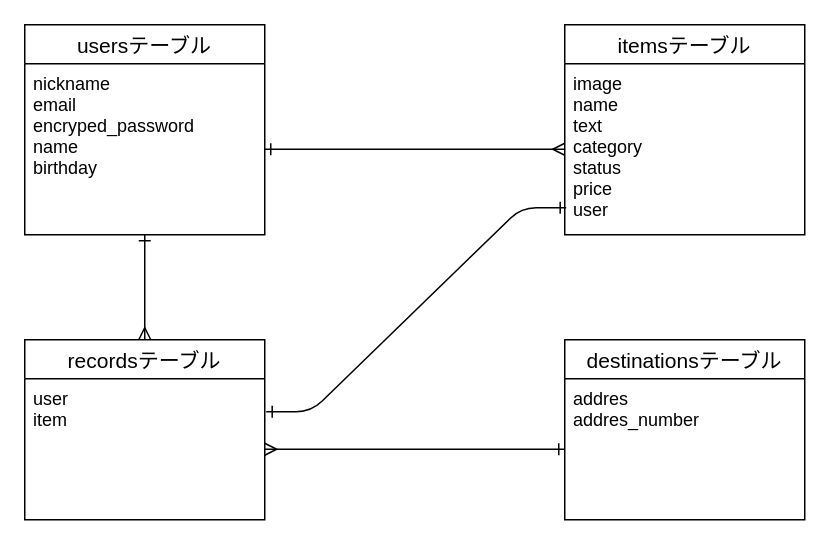
Earlier version of the draw.io diagram datebase.dio (naoki-kanayama/furima-36727). Source tidied: cells renumbered, new cells numbered last; positions are measured from the earlier drawing's top-left corner, leaving out a move shared by most shapes. Both pictures are drawn from the tidied source at 150%, with x=0, y=0 at pixel (24, 24).
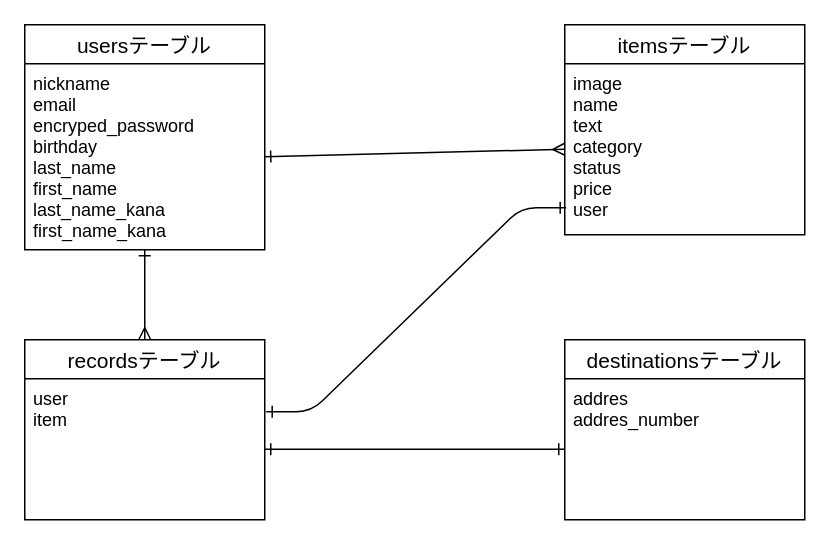
The same page after the edit.

The edit, as a diff of the source:
```diff
@@
 <mxGraphModel>
   <root>
     <mxCell id="0" />
     <mxCell id="1" parent="0" />
     <mxCell id="2" style="edgeStyle=none;rounded=0;jettySize=auto;html=1;startArrow=ERone;startFill=0;endArrow=ERmany;endFill=0;entryX=0.5;entryY=0;entryDx=0;entryDy=0;" parent="1" edge="1" source="3" target="7">
       <mxGeometry relative="1" as="geometry" />
     </mxCell>
     <mxCell id="3" value="usersテーブル" style="swimlane;fontStyle=0;horizontal=1;startSize=26;align=center;fontSize=14;" parent="1" vertex="1">
-      <mxGeometry width="160" height="140" as="geometry" />
+      <mxGeometry width="160" height="150" as="geometry" />
     </mxCell>
-    <mxCell id="4" value="nickname&#10;email&#10;encryped_password&#10;name&#10;birthday" style="text;strokeColor=none;fillColor=none;spacingLeft=4;spacingRight=4;overflow=hidden;points=[[0,0.5],[1,0.5]];portConstraint=eastwest;fontSize=12;" parent="3" vertex="1">
-      <mxGeometry y="26" width="160" height="114" as="geometry" />
+    <mxCell id="4" value="nickname&#10;email&#10;encryped_password&#10;birthday&#10;last_name&#10;first_name&#10;last_name_kana&#10;first_name_kana" style="text;strokeColor=none;fillColor=none;spacingLeft=4;spacingRight=4;overflow=hidden;points=[[0,0.5],[1,0.5]];portConstraint=eastwest;fontSize=12;" parent="3" vertex="1">
+      <mxGeometry y="26" width="160" height="124" as="geometry" />
     </mxCell>
     <mxCell id="5" value="itemsテーブル" style="swimlane;fontStyle=0;horizontal=1;startSize=26;align=center;fontSize=14;" parent="1" vertex="1">
       <mxGeometry x="360" width="160" height="140" as="geometry" />
     </mxCell>
     <mxCell id="6" value="image&#10;name&#10;text&#10;category&#10;status&#10;price&#10;user&#10;" style="text;strokeColor=none;fillColor=none;spacingLeft=4;spacingRight=4;overflow=hidden;points=[[0,0.5],[1,0.5]];portConstraint=eastwest;fontSize=12;" parent="5" vertex="1">
       <mxGeometry y="26" width="160" height="114" as="geometry" />
     </mxCell>
     <mxCell id="7" value="recordsテーブル" style="swimlane;fontStyle=0;horizontal=1;startSize=26;align=center;fontSize=14;" parent="1" vertex="1">
       <mxGeometry y="210" width="160" height="120" as="geometry" />
     </mxCell>
     <mxCell id="8" value="user&#10;item&#10;" style="text;strokeColor=none;fillColor=none;spacingLeft=4;spacingRight=4;overflow=hidden;points=[[0,0.5],[1,0.5]];portConstraint=eastwest;fontSize=12;" parent="7" vertex="1">
       <mxGeometry y="26" width="160" height="94" as="geometry" />
     </mxCell>
     <mxCell id="9" value="destinationsテーブル" style="swimlane;fontStyle=0;horizontal=1;startSize=26;align=center;fontSize=14;" parent="1" vertex="1">
       <mxGeometry x="360" y="210" width="160" height="120" as="geometry" />
     </mxCell>
     <mxCell id="10" value="addres&#10;addres_number" style="text;strokeColor=none;fillColor=none;spacingLeft=4;spacingRight=4;overflow=hidden;points=[[0,0.5],[1,0.5]];portConstraint=eastwest;fontSize=12;" parent="9" vertex="1">
       <mxGeometry y="26" width="160" height="94" as="geometry" />
     </mxCell>
     <mxCell id="11" style="edgeStyle=none;rounded=0;jettySize=auto;html=1;exitX=1;exitY=0.5;exitDx=0;exitDy=0;entryX=0;entryY=0.5;entryDx=0;entryDy=0;startArrow=ERone;startFill=0;endArrow=ERmany;endFill=0;" parent="1" edge="1" source="4" target="6">
       <mxGeometry relative="1" as="geometry" />
     </mxCell>
-    <mxCell id="12" style="edgeStyle=none;rounded=0;jettySize=auto;html=1;exitX=0;exitY=0.5;exitDx=0;exitDy=0;entryX=1;entryY=0.5;entryDx=0;entryDy=0;startArrow=ERone;startFill=0;endArrow=ERmany;endFill=0;" parent="1" edge="1" source="10" target="8">
+    <mxCell id="12" style="edgeStyle=none;rounded=0;jettySize=auto;html=1;exitX=0;exitY=0.5;exitDx=0;exitDy=0;entryX=1;entryY=0.5;entryDx=0;entryDy=0;startArrow=ERone;startFill=0;endArrow=ERone;endFill=0;" parent="1" edge="1" source="10" target="8">
       <mxGeometry relative="1" as="geometry" />
     </mxCell>
     <mxCell id="13" style="edgeStyle=entityRelationEdgeStyle;fontSize=12;html=1;endArrow=ERone;endFill=1;exitX=1.006;exitY=0.234;exitDx=0;exitDy=0;exitPerimeter=0;entryX=0.006;entryY=0.842;entryDx=0;entryDy=0;entryPerimeter=0;startArrow=ERone;startFill=0;" parent="1" edge="1" source="8" target="6">
       <mxGeometry relative="1" as="geometry" />
     </mxCell>
   </root>
 </mxGraphModel>
```
